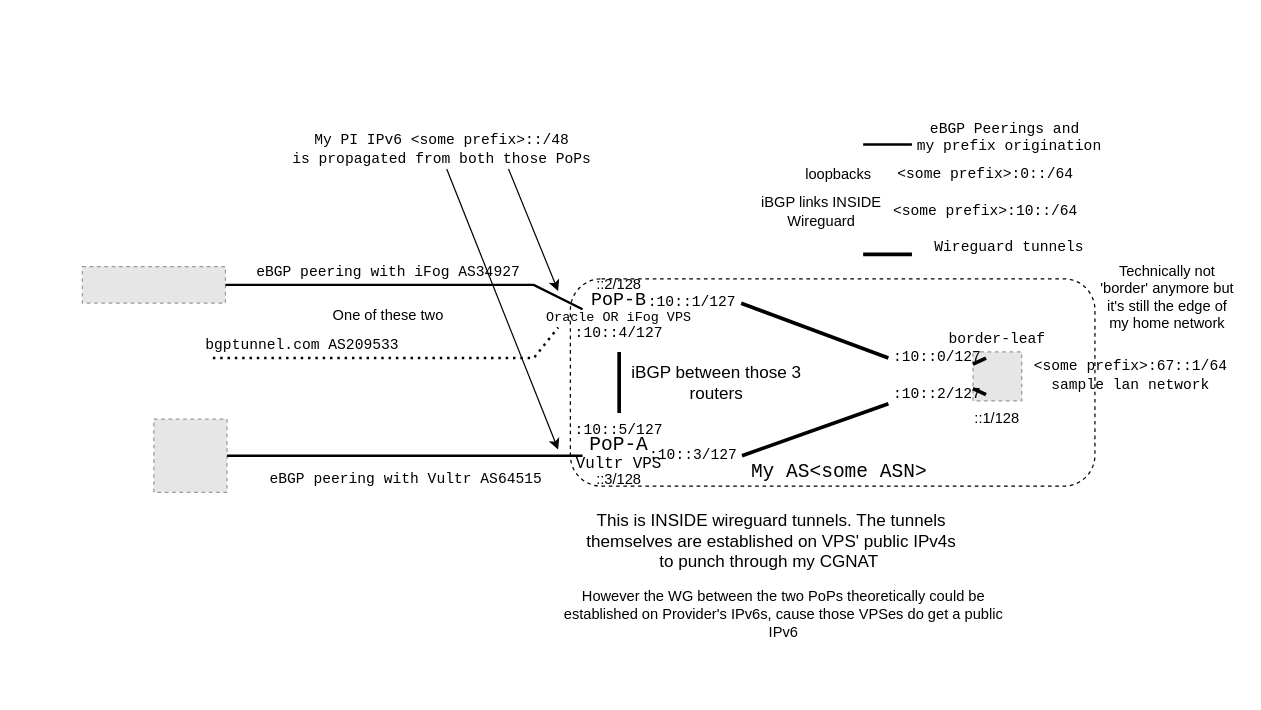
Andreansx/Networking-lab keeps this draw.io diagram as media/ownassimplified.drawio. Above is the earlier version. Source tidied: cells renumbered, new cells numbered last; positions are measured from the earlier drawing's top-left corner, leaving out a move shared by most shapes. Both pictures are drawn from the tidied source at 122%, with x=0, y=0 at pixel (82, 120). Pictures stored in the file or linked from it are replaced by grey dashed boxes.
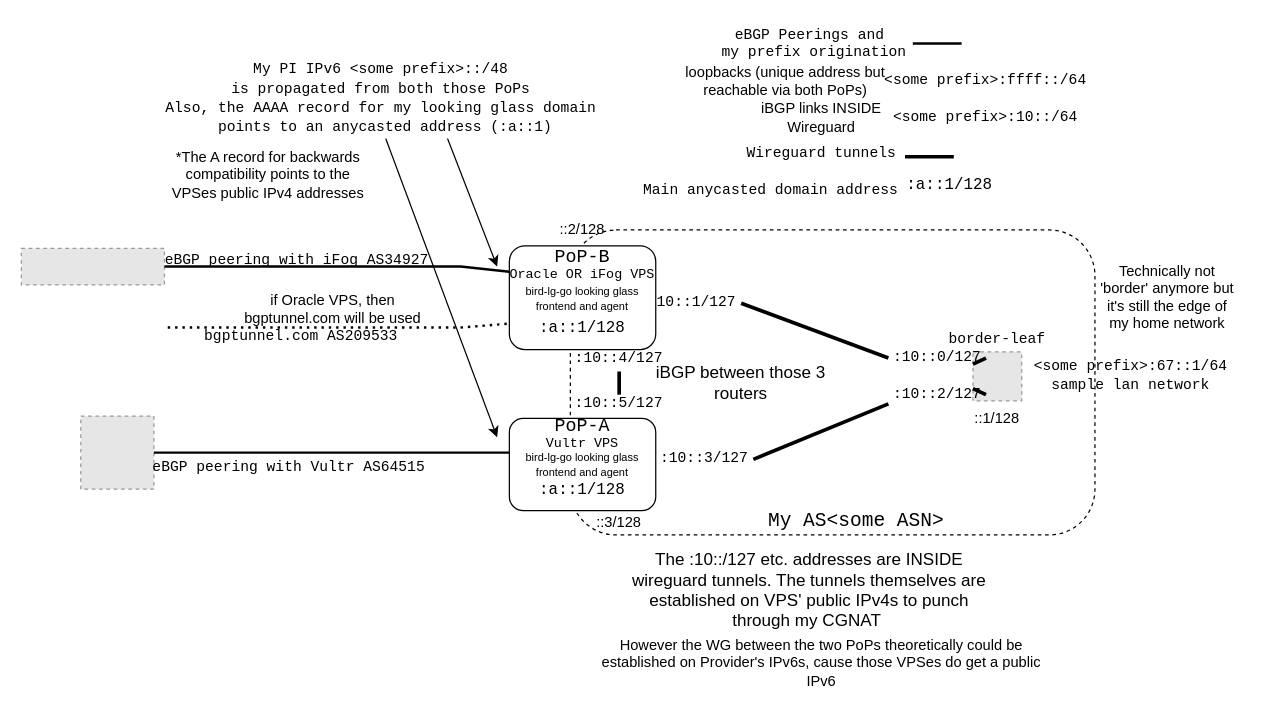
Above is the later version.

Diff of the diagram source:
```diff
@@
     <mxCell id="2" style="rounded=1;whiteSpace=wrap;html=1;fillColor=none;dashed=1;" parent="1" vertex="1">
-      <mxGeometry x="400" y="130" width="430" height="170" as="geometry" />
+      <mxGeometry x="400" y="90" width="430" height="250" as="geometry" />
     </mxCell>
@@
     <mxCell id="5" style="fillColor=#E6E6E6;strokeColor=#999999;dashed=1;verticalLabelPosition=bottom;verticalAlign=top;" parent="1" vertex="1">
-      <mxGeometry x="58.6" y="245" width="60" height="60" as="geometry" />
+      <mxGeometry x="-1.3" y="242.5" width="60" height="60" as="geometry" />
     </mxCell>
     <mxCell id="6" style="fillColor=#E6E6E6;strokeColor=#999999;dashed=1;verticalLabelPosition=bottom;verticalAlign=top;" parent="1" vertex="1">
-      <mxGeometry y="120" width="117.3" height="30" as="geometry" />
+      <mxGeometry x="-50" y="105" width="117.3" height="30" as="geometry" />
     </mxCell>
-    <mxCell id="7" value="&lt;div style=&quot;line-height: 10%;&quot;&gt;&lt;pre&gt;&lt;font style=&quot;font-size: 16px;&quot;&gt;PoP-A&lt;/font&gt;&lt;/pre&gt;&lt;pre&gt;&lt;font style=&quot;font-size: 13px;&quot;&gt;Vultr VPS&lt;/font&gt;&lt;/pre&gt;&lt;/div&gt;" style="text;html=1;whiteSpace=wrap;strokeColor=none;fillColor=none;align=center;verticalAlign=middle;rounded=0;" parent="1" vertex="1">
-      <mxGeometry x="420" y="260" width="40" height="30" as="geometry" />
-    </mxCell>
-    <mxCell id="8" value="&lt;div style=&quot;line-height: 10%;&quot;&gt;&lt;pre&gt;&lt;font style=&quot;font-size: 15px;&quot;&gt;PoP-B&lt;/font&gt;&lt;/pre&gt;&lt;pre&gt;&lt;font style=&quot;font-size: 11px;&quot;&gt;Oracle OR iFog VPS&lt;/font&gt;&lt;/pre&gt;&lt;/div&gt;" style="text;html=1;whiteSpace=wrap;strokeColor=none;fillColor=none;align=center;verticalAlign=middle;rounded=0;" parent="1" vertex="1">
-      <mxGeometry x="420" y="140" width="40" height="30" as="geometry" />
-    </mxCell>
     <mxCell id="9" value="&lt;div style=&quot;line-height: 10%;&quot;&gt;&lt;pre&gt;eBGP peering with iFog AS34927&lt;/pre&gt;&lt;/div&gt;" style="text;html=1;whiteSpace=wrap;strokeColor=none;fillColor=none;align=center;verticalAlign=middle;rounded=0;" parent="1" vertex="1">
-      <mxGeometry x="156.4" y="110" width="190" height="30" as="geometry" />
+      <mxGeometry x="81.3" y="100" width="190" height="30" as="geometry" />
     </mxCell>
     <mxCell id="10" value="&lt;div style=&quot;line-height: 10%;&quot;&gt;&lt;pre&gt;eBGP peering with Vultr AS64515&lt;/pre&gt;&lt;/div&gt;" style="text;html=1;whiteSpace=wrap;strokeColor=none;fillColor=none;align=center;verticalAlign=middle;rounded=0;" parent="1" vertex="1">
-      <mxGeometry x="185" y="280" width="161.4" height="30" as="geometry" />
+      <mxGeometry x="88.6" y="270" width="161.4" height="30" as="geometry" />
     </mxCell>
@@
     <mxCell id="13" value="&lt;pre&gt;Wireguard tunnels&lt;/pre&gt;" style="text;html=1;whiteSpace=wrap;strokeColor=none;fillColor=none;align=center;verticalAlign=middle;rounded=0;" parent="1" vertex="1">
-      <mxGeometry x="700" y="90" width="120" height="30" as="geometry" />
+      <mxGeometry x="545.7" y="12.5" width="120" height="30" as="geometry" />
     </mxCell>
     <mxCell id="14" style="endArrow=none;html=1;rounded=0;strokeColor=light-dark(#000000,#88171A);strokeWidth=3;" parent="1" edge="1">
       <mxGeometry relative="1" as="geometry">
-        <mxPoint x="640" y="110" as="sourcePoint" />
-        <mxPoint x="680" y="110" as="targetPoint" />
+        <mxPoint x="674.3" y="30" as="sourcePoint" />
+        <mxPoint x="714.3" y="30" as="targetPoint" />
       </mxGeometry>
     </mxCell>
     <mxCell id="15" value="&lt;p&gt;&lt;font style=&quot;font-size: 14px;&quot;&gt;iBGP between those 3 routers&lt;/font&gt;&lt;/p&gt;" style="text;html=1;whiteSpace=wrap;strokeColor=none;fillColor=none;align=center;verticalAlign=middle;rounded=0;" parent="1" vertex="1">
-      <mxGeometry x="440" y="200" width="160" height="30" as="geometry" />
+      <mxGeometry x="460" y="200" width="160" height="30" as="geometry" />
     </mxCell>
     <mxCell id="16" value="::2/128" style="text;html=1;whiteSpace=wrap;strokeColor=none;fillColor=none;align=center;verticalAlign=middle;rounded=0;fontColor=light-dark(#000000,#3399FF);" parent="1" vertex="1">
-      <mxGeometry x="410" y="120" width="60" height="30" as="geometry" />
+      <mxGeometry x="380" y="75" width="60" height="30" as="geometry" />
     </mxCell>
     <mxCell id="17" value="::3/128" style="text;html=1;whiteSpace=wrap;strokeColor=none;fillColor=none;align=center;verticalAlign=middle;rounded=0;fontColor=light-dark(#000000,#3399FF);" parent="1" vertex="1">
-      <mxGeometry x="410" y="280" width="60" height="30" as="geometry" />
+      <mxGeometry x="410" y="315" width="60" height="30" as="geometry" />
     </mxCell>
@@
     <mxCell id="19" value="&lt;pre&gt;&amp;lt;some prefix&amp;gt;:10::/64&lt;/pre&gt;" style="text;html=1;whiteSpace=wrap;strokeColor=none;fillColor=none;align=center;verticalAlign=middle;rounded=0;fontColor=light-dark(#000000,#FF3399);" parent="1" vertex="1">
-      <mxGeometry x="660.7" y="60" width="159.3" height="30" as="geometry" />
+      <mxGeometry x="660.7" y="-17.5" width="159.3" height="30" as="geometry" />
     </mxCell>
     <mxCell id="20" value="iBGP links INSIDE Wireguard" style="text;html=1;whiteSpace=wrap;strokeColor=none;fillColor=none;align=center;verticalAlign=middle;rounded=0;" parent="1" vertex="1">
-      <mxGeometry x="550.7" y="60" width="110" height="30" as="geometry" />
+      <mxGeometry x="550.7" y="-17.5" width="110" height="30" as="geometry" />
     </mxCell>
-    <mxCell id="21" value="&lt;pre&gt;&lt;span style=&quot;&quot;&gt;&amp;lt;some prefix&amp;gt;:0::/64&lt;/span&gt;&lt;/pre&gt;" style="text;html=1;whiteSpace=wrap;strokeColor=none;fillColor=none;align=center;verticalAlign=middle;rounded=0;fontColor=light-dark(#000000,#3399FF);" parent="1" vertex="1">
-      <mxGeometry x="660.7" y="30" width="159.3" height="30" as="geometry" />
+    <mxCell id="21" value="&lt;pre&gt;&lt;span style=&quot;&quot;&gt;&amp;lt;some prefix&amp;gt;:ffff::/64&lt;/span&gt;&lt;/pre&gt;" style="text;html=1;whiteSpace=wrap;strokeColor=none;fillColor=none;align=center;verticalAlign=middle;rounded=0;fontColor=light-dark(#000000,#3399FF);" parent="1" vertex="1">
+      <mxGeometry x="660.7" y="-47.5" width="159.3" height="30" as="geometry" />
     </mxCell>
-    <mxCell id="22" value="loopbacks" style="text;html=1;whiteSpace=wrap;strokeColor=none;fillColor=none;align=center;verticalAlign=middle;rounded=0;" parent="1" vertex="1">
-      <mxGeometry x="590" y="30" width="60" height="30" as="geometry" />
+    <mxCell id="22" value="loopbacks (unique address but reachable via both PoPs)" style="text;html=1;whiteSpace=wrap;strokeColor=none;fillColor=none;align=center;verticalAlign=middle;rounded=0;" parent="1" vertex="1">
+      <mxGeometry x="491.1" y="-47.5" width="171.3" height="30" as="geometry" />
     </mxCell>
@@
     <mxCell id="28" value="&lt;pre&gt;:10::3/127&lt;/pre&gt;" style="text;html=1;whiteSpace=wrap;strokeColor=none;fillColor=none;align=center;verticalAlign=middle;rounded=0;fontColor=light-dark(#000000,#FF3399);" parent="1" vertex="1">
-      <mxGeometry x="460.7" y="260" width="80" height="30" as="geometry" />
+      <mxGeometry x="470" y="263" width="80" height="30" as="geometry" />
     </mxCell>
     <mxCell id="29" value="&lt;pre&gt;:10::4/127&lt;/pre&gt;" style="text;html=1;whiteSpace=wrap;strokeColor=none;fillColor=none;align=center;verticalAlign=middle;rounded=0;fontColor=light-dark(#000000,#FF3399);" parent="1" vertex="1">
-      <mxGeometry x="400" y="160" width="80" height="30" as="geometry" />
+      <mxGeometry x="400" y="186" width="80" height="20" as="geometry" />
     </mxCell>
     <mxCell id="30" value="&lt;pre&gt;:10::5/127&lt;/pre&gt;" style="text;html=1;whiteSpace=wrap;strokeColor=none;fillColor=none;align=center;verticalAlign=middle;rounded=0;fontColor=light-dark(#000000,#FF3399);" parent="1" vertex="1">
-      <mxGeometry x="400" y="240" width="80" height="30" as="geometry" />
+      <mxGeometry x="400" y="225" width="80" height="15" as="geometry" />
     </mxCell>
@@
-    <mxCell id="32" value="&lt;div style=&quot;line-height: 30%;&quot;&gt;&lt;pre&gt;My PI IPv6 &amp;lt;some prefix&amp;gt;::/48&amp;nbsp;&lt;/pre&gt;&lt;pre&gt;is propagated from both those PoPs&amp;nbsp;&lt;/pre&gt;&lt;/div&gt;" style="text;html=1;whiteSpace=wrap;strokeColor=none;fillColor=none;align=center;verticalAlign=middle;rounded=0;" parent="1" vertex="1">
-      <mxGeometry x="197.3" y="10" width="202.7" height="30" as="geometry" />
+    <mxCell id="32" value="&lt;div style=&quot;line-height: 30%;&quot;&gt;&lt;pre&gt;My PI IPv6 &amp;lt;some prefix&amp;gt;::/48&amp;nbsp;&lt;/pre&gt;&lt;pre&gt;is propagated from both those PoPs&amp;nbsp;&lt;/pre&gt;&lt;pre&gt;Also, the AAAA record for my looking glass domain&amp;nbsp;&lt;/pre&gt;&lt;pre&gt;points to an anycasted address (:a::1)&lt;/pre&gt;&lt;/div&gt;" style="text;html=1;whiteSpace=wrap;strokeColor=none;fillColor=none;align=center;verticalAlign=middle;rounded=0;" parent="1" vertex="1">
+      <mxGeometry x="147.3" y="-50" width="202.7" height="65" as="geometry" />
     </mxCell>
     <mxCell id="33" style="endArrow=classic;html=1;rounded=0;exitX=0.75;exitY=1;exitDx=0;exitDy=0;" parent="1" edge="1" source="32">
       <mxGeometry relative="1" as="geometry">
-        <mxPoint x="390" y="140" as="targetPoint" />
+        <mxPoint x="340" y="120" as="targetPoint" />
       </mxGeometry>
     </mxCell>
     <mxCell id="34" style="endArrow=classic;html=1;rounded=0;exitX=0.5;exitY=1;exitDx=0;exitDy=0;" parent="1" edge="1" source="32">
       <mxGeometry relative="1" as="geometry">
-        <mxPoint x="390" y="270" as="targetPoint" />
+        <mxPoint x="340" y="260" as="targetPoint" />
       </mxGeometry>
     </mxCell>
-    <mxCell id="35" value="&lt;font style=&quot;font-size: 14px;&quot;&gt;This is INSIDE wireguard tunnels. The tunnels themselves are established on VPS' public IPv4s to punch through my CGNAT&amp;nbsp;&lt;/font&gt;" style="text;html=1;whiteSpace=wrap;strokeColor=none;fillColor=none;align=center;verticalAlign=middle;rounded=0;" parent="1" vertex="1">
-      <mxGeometry x="410" y="320" width="310" height="50" as="geometry" />
+    <mxCell id="35" value="&lt;font style=&quot;font-size: 14px;&quot;&gt;The :10::/127 etc. addresses are INSIDE wireguard tunnels. The tunnels themselves are established on VPS' public IPv4s to punch through my CGNAT&amp;nbsp;&lt;/font&gt;" style="text;html=1;whiteSpace=wrap;strokeColor=none;fillColor=none;align=center;verticalAlign=middle;rounded=0;" parent="1" vertex="1">
+      <mxGeometry x="440.7" y="360" width="310" height="50" as="geometry" />
     </mxCell>
     <mxCell id="36" value="&lt;div style=&quot;line-height: 10%;&quot;&gt;&lt;pre&gt;&lt;font size=&quot;4&quot;&gt;My AS&amp;lt;some ASN&amp;gt;&lt;/font&gt;&lt;/pre&gt;&lt;/div&gt;" style="text;html=1;whiteSpace=wrap;strokeColor=none;fillColor=none;align=center;verticalAlign=middle;rounded=0;" parent="1" vertex="1">
-      <mxGeometry x="540.7" y="280" width="159.3" height="20" as="geometry" />
+      <mxGeometry x="555" y="320" width="159.3" height="20" as="geometry" />
     </mxCell>
@@
-    <mxCell id="38" style="endArrow=none;html=1;rounded=0;exitX=1;exitY=0.5;exitDx=0;exitDy=0;strokeWidth=2;strokeColor=light-dark(#000000,#99FF33);" parent="1" edge="1" source="6">
+    <mxCell id="38" style="endArrow=none;html=1;rounded=0;exitX=1;exitY=0.5;exitDx=0;exitDy=0;strokeWidth=2;strokeColor=light-dark(#000000,#99FF33);entryX=0;entryY=0.25;entryDx=0;entryDy=0;" parent="1" edge="1" source="6" target="47">
       <mxGeometry relative="1" as="geometry">
-        <mxPoint x="410" y="155" as="targetPoint" />
         <Array as="points">
-          <mxPoint x="370" y="135" />
+          <mxPoint x="310" y="120" />
         </Array>
       </mxGeometry>
     </mxCell>
     <mxCell id="39" style="endArrow=none;html=1;rounded=0;exitX=1;exitY=0.5;exitDx=0;exitDy=0;strokeWidth=2;strokeColor=light-dark(#000000,#99FF33);" parent="1" edge="1" source="5">
       <mxGeometry relative="1" as="geometry">
-        <mxPoint x="410" y="275" as="targetPoint" />
+        <mxPoint x="350" y="272.5" as="targetPoint" />
       </mxGeometry>
     </mxCell>
     <mxCell id="40" style="endArrow=none;html=1;rounded=0;strokeWidth=2;strokeColor=light-dark(#000000,#99FF33);" parent="1" edge="1">
       <mxGeometry relative="1" as="geometry">
-        <mxPoint x="640" y="20" as="sourcePoint" />
-        <mxPoint x="680" y="20" as="targetPoint" />
+        <mxPoint x="680.7" y="-62.8" as="sourcePoint" />
+        <mxPoint x="720.7" y="-62.8" as="targetPoint" />
       </mxGeometry>
     </mxCell>
     <mxCell id="41" value="&lt;div style=&quot;line-height: 10%;&quot;&gt;&lt;pre&gt;eBGP Peerings and&amp;nbsp;&lt;/pre&gt;&lt;pre&gt;my prefix origination&lt;/pre&gt;&lt;/div&gt;" style="text;html=1;whiteSpace=wrap;strokeColor=none;fillColor=none;align=center;verticalAlign=middle;rounded=0;" parent="1" vertex="1">
-      <mxGeometry x="700" width="120" height="30" as="geometry" />
+      <mxGeometry x="540" y="-77.5" width="120" height="30" as="geometry" />
     </mxCell>
     <mxCell id="42" value="However the WG between the two PoPs theoretically could be established on Provider's IPv6s, cause those VPSes do get a public IPv6" style="text;html=1;whiteSpace=wrap;strokeColor=none;fillColor=none;align=center;verticalAlign=middle;rounded=0;" parent="1" vertex="1">
-      <mxGeometry x="390" y="390" width="370" height="30" as="geometry" />
+      <mxGeometry x="420.7" y="430" width="370" height="30" as="geometry" />
     </mxCell>
-    <mxCell id="43" style="endArrow=none;html=1;rounded=0;exitX=1;exitY=0.5;exitDx=0;exitDy=0;strokeWidth=2;strokeColor=light-dark(#000000,#99FF33);curved=0;dashed=1;dashPattern=1 2;" parent="1" edge="1">
+    <mxCell id="43" style="endArrow=none;html=1;rounded=0;strokeWidth=2;strokeColor=light-dark(#000000,#99FF33);curved=0;dashed=1;dashPattern=1 2;entryX=0;entryY=0.75;entryDx=0;entryDy=0;" parent="1" edge="1" target="47">
       <mxGeometry relative="1" as="geometry">
-        <mxPoint x="107" y="195" as="sourcePoint" />
-        <mxPoint x="390" y="170" as="targetPoint" />
+        <mxPoint x="70" y="170" as="sourcePoint" />
         <Array as="points">
-          <mxPoint x="370" y="195" />
+          <mxPoint x="310" y="170" />
         </Array>
       </mxGeometry>
     </mxCell>
     <mxCell id="44" value="&lt;pre&gt;&lt;code class=&quot;bg-text-200/5 border border-0.5 border-border-300 text-danger-000 whitespace-pre-wrap rounded-[0.4rem] px-1 py-px text-[0.9rem]&quot; style=&quot;text-align: start;&quot;&gt;bgptunnel.com AS209533&lt;/code&gt;&lt;/pre&gt;" style="text;html=1;whiteSpace=wrap;strokeColor=none;fillColor=none;align=center;verticalAlign=middle;rounded=0;" parent="1" vertex="1">
-      <mxGeometry x="90" y="170" width="181.3" height="30" as="geometry" />
+      <mxGeometry x="88.7" y="163" width="181.3" height="30" as="geometry" />
     </mxCell>
-    <mxCell id="45" value="One of these two" style="text;html=1;whiteSpace=wrap;strokeColor=none;fillColor=none;align=center;verticalAlign=middle;rounded=0;" parent="1" vertex="1">
-      <mxGeometry x="171.3" y="145" width="160" height="30" as="geometry" />
+    <mxCell id="45" value="if Oracle VPS, then bgptunnel.com will be used" style="text;html=1;whiteSpace=wrap;strokeColor=none;fillColor=none;align=center;verticalAlign=middle;rounded=0;" parent="1" vertex="1">
+      <mxGeometry x="120" y="140" width="171.3" height="30" as="geometry" />
     </mxCell>
@@
+    <mxCell id="47" style="rounded=1;whiteSpace=wrap;html=1;" parent="1" vertex="1">
+      <mxGeometry x="350" y="103" width="120" height="85" as="geometry" />
+    </mxCell>
+    <mxCell id="8" value="&lt;div style=&quot;line-height: 10%;&quot;&gt;&lt;pre&gt;&lt;font style=&quot;font-size: 15px;&quot;&gt;PoP-B&lt;/font&gt;&lt;/pre&gt;&lt;pre&gt;&lt;font style=&quot;font-size: 11px;&quot;&gt;Oracle OR iFog VPS&lt;/font&gt;&lt;/pre&gt;&lt;/div&gt;" style="text;html=1;whiteSpace=wrap;strokeColor=none;fillColor=none;align=center;verticalAlign=middle;rounded=0;fontColor=light-dark(#000000,#FF3333);" parent="1" vertex="1">
+      <mxGeometry x="350" y="105" width="120" height="30" as="geometry" />
+    </mxCell>
+    <mxCell id="48" value="&lt;div style=&quot;line-height: 90%;&quot;&gt;&lt;font style=&quot;font-size: 9px; line-height: 90%;&quot;&gt;bird-lg-go&amp;nbsp;&lt;/font&gt;&lt;span style=&quot;font-size: 9px;&quot;&gt;looking glass frontend and agent&lt;/span&gt;&lt;/div&gt;" style="text;html=1;whiteSpace=wrap;strokeColor=none;fillColor=none;align=center;verticalAlign=middle;rounded=0;fontColor=light-dark(#000000,#FF3333);" parent="1" vertex="1">
+      <mxGeometry x="350" y="131" width="120" height="30" as="geometry" />
+    </mxCell>
+    <mxCell id="49" style="rounded=1;whiteSpace=wrap;html=1;" parent="1" vertex="1">
+      <mxGeometry x="350" y="244.5" width="120" height="75.5" as="geometry" />
+    </mxCell>
+    <mxCell id="7" value="&lt;div style=&quot;line-height: 10%;&quot;&gt;&lt;pre&gt;&lt;font style=&quot;font-size: 15px;&quot;&gt;PoP-A&lt;/font&gt;&lt;/pre&gt;&lt;pre&gt;&lt;span style=&quot;font-size: 11px;&quot;&gt;Vultr VPS&lt;/span&gt;&lt;/pre&gt;&lt;/div&gt;" style="text;html=1;whiteSpace=wrap;strokeColor=none;fillColor=none;align=center;verticalAlign=middle;rounded=0;fontColor=light-dark(#000000,#3333FF);" parent="1" vertex="1">
+      <mxGeometry x="350" y="242.5" width="120" height="30" as="geometry" />
+    </mxCell>
+    <mxCell id="50" value="&lt;div style=&quot;line-height: 90%;&quot;&gt;&lt;font style=&quot;font-size: 9px; line-height: 90%;&quot;&gt;bird-lg-go&amp;nbsp;&lt;/font&gt;&lt;span style=&quot;font-size: 9px;&quot;&gt;looking glass frontend and agent&lt;/span&gt;&lt;/div&gt;" style="text;html=1;whiteSpace=wrap;strokeColor=none;fillColor=none;align=center;verticalAlign=middle;rounded=0;fontColor=light-dark(#000000,#3333FF);" parent="1" vertex="1">
+      <mxGeometry x="350" y="267.2" width="120" height="30" as="geometry" />
+    </mxCell>
+    <mxCell id="51" value="*The A record for backwards compatibility points to the VPSes public IPv4 addresses" style="text;html=1;whiteSpace=wrap;strokeColor=none;fillColor=none;align=center;verticalAlign=middle;rounded=0;" parent="1" vertex="1">
+      <mxGeometry x="67.3" y="30" width="171.3" height="30" as="geometry" />
+    </mxCell>
+    <mxCell id="52" value="&lt;pre&gt;&lt;font style=&quot;font-size: 13px; color: light-dark(rgb(0, 0, 0), rgb(0, 255, 128));&quot;&gt;:a::1/128&lt;/font&gt;&lt;/pre&gt;" style="text;html=1;whiteSpace=wrap;strokeColor=none;fillColor=none;align=center;verticalAlign=middle;rounded=0;" parent="1" vertex="1">
+      <mxGeometry x="370" y="293" width="80" height="20" as="geometry" />
+    </mxCell>
+    <mxCell id="53" value="&lt;pre&gt;&lt;font style=&quot;font-size: 13px; color: light-dark(rgb(0, 0, 0), rgb(0, 255, 128));&quot;&gt;:a::1/128&lt;/font&gt;&lt;/pre&gt;" style="text;html=1;whiteSpace=wrap;strokeColor=none;fillColor=none;align=center;verticalAlign=middle;rounded=0;" parent="1" vertex="1">
+      <mxGeometry x="370" y="160" width="80" height="20" as="geometry" />
+    </mxCell>
+    <mxCell id="54" value="&lt;pre&gt;&lt;font style=&quot;font-size: 13px; color: light-dark(rgb(0, 0, 0), rgb(0, 255, 128));&quot;&gt;:a::1/128&lt;/font&gt;&lt;/pre&gt;" style="text;html=1;whiteSpace=wrap;strokeColor=none;fillColor=none;align=center;verticalAlign=middle;rounded=0;" parent="1" vertex="1">
+      <mxGeometry x="670.7" y="42.5" width="80" height="20" as="geometry" />
+    </mxCell>
+    <mxCell id="55" value="&lt;pre&gt;Main anycasted domain address&lt;/pre&gt;" style="text;html=1;whiteSpace=wrap;strokeColor=none;fillColor=none;align=center;verticalAlign=middle;rounded=0;" parent="1" vertex="1">
+      <mxGeometry x="463" y="42.5" width="202.7" height="30" as="geometry" />
+    </mxCell>
```
